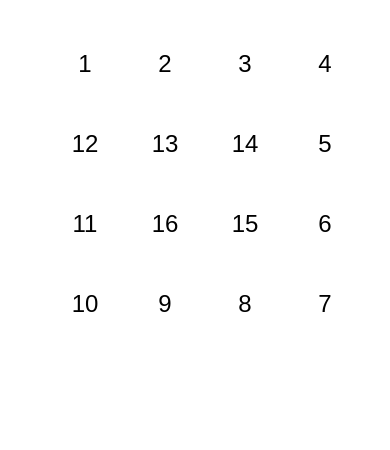
Before: 01_Programmercarl_Series/01_Array/05_generateMatrix/docs/sketch.drawio in ImChong/Practice_LeetCode_C, a draw.io diagram. Source tidied: cells renumbered, new cells numbered last; positions are measured from the earlier drawing's top-left corner, leaving out a move shared by most shapes. Both pictures are drawn from the tidied source at 200%, with x=0, y=0 at pixel (44, 34).
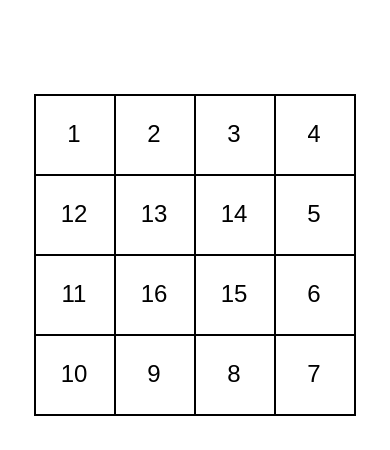
Above is the later version.

Change to the diagram source:
```diff
@@
+    <mxCell id="18" style="shape=table;startSize=0;childLayout=tableLayout;" parent="1" vertex="1">
+      <mxGeometry x="-5" y="30" width="160" height="160" as="geometry" />
+    </mxCell>
+    <mxCell id="19" style="shape=tableRow;horizontal=0;startSize=0;swimlaneHead=0;swimlaneBody=0;top=0;left=0;bottom=0;right=0;fillColor=none;" parent="18" vertex="1">
+      <mxGeometry width="160" height="40" as="geometry" />
+    </mxCell>
-    <mxCell id="2" value="1" style="text;html=1;align=center;verticalAlign=middle;strokeColor=none;fillColor=none;" parent="1" vertex="1">
-      <mxGeometry x="5" width="30" height="30" as="geometry" />
+    <mxCell id="2" value="1" style="shape=partialRectangle;html=1;whiteSpace=wrap;overflow=hidden;fillColor=none;top=0;left=0;bottom=0;right=0;" parent="19" vertex="1">
+      <mxGeometry width="40" height="40" as="geometry" />
     </mxCell>
-    <mxCell id="3" value="2" style="text;html=1;align=center;verticalAlign=middle;strokeColor=none;fillColor=none;" parent="1" vertex="1">
-      <mxGeometry x="45" width="30" height="30" as="geometry" />
+    <mxCell id="3" value="2" style="shape=partialRectangle;html=1;whiteSpace=wrap;overflow=hidden;fillColor=none;top=0;left=0;bottom=0;right=0;" parent="19" vertex="1">
+      <mxGeometry x="40" width="40" height="40" as="geometry" />
     </mxCell>
-    <mxCell id="4" value="3" style="text;html=1;align=center;verticalAlign=middle;strokeColor=none;fillColor=none;" parent="1" vertex="1">
-      <mxGeometry x="85" width="30" height="30" as="geometry" />
+    <mxCell id="4" value="3" style="shape=partialRectangle;html=1;whiteSpace=wrap;overflow=hidden;fillColor=none;top=0;left=0;bottom=0;right=0;" parent="19" vertex="1">
+      <mxGeometry x="80" width="40" height="40" as="geometry" />
     </mxCell>
-    <mxCell id="5" value="4" style="text;html=1;align=center;verticalAlign=middle;strokeColor=none;fillColor=none;" parent="1" vertex="1">
-      <mxGeometry x="125" width="30" height="30" as="geometry" />
+    <mxCell id="5" value="4" style="shape=partialRectangle;html=1;whiteSpace=wrap;overflow=hidden;fillColor=none;top=0;left=0;bottom=0;right=0;" parent="19" vertex="1">
+      <mxGeometry x="120" width="40" height="40" as="geometry" />
     </mxCell>
+    <mxCell id="20" style="shape=tableRow;horizontal=0;startSize=0;swimlaneHead=0;swimlaneBody=0;top=0;left=0;bottom=0;right=0;fillColor=none;" parent="18" vertex="1">
+      <mxGeometry y="40" width="160" height="40" as="geometry" />
+    </mxCell>
-    <mxCell id="6" value="12" style="text;html=1;align=center;verticalAlign=middle;strokeColor=none;fillColor=none;" parent="1" vertex="1">
-      <mxGeometry y="40" width="40" height="30" as="geometry" />
+    <mxCell id="6" value="12" style="shape=partialRectangle;html=1;whiteSpace=wrap;overflow=hidden;fillColor=none;top=0;left=0;bottom=0;right=0;" parent="20" vertex="1">
+      <mxGeometry width="40" height="40" as="geometry" />
     </mxCell>
-    <mxCell id="7" value="13" style="text;html=1;align=center;verticalAlign=middle;strokeColor=none;fillColor=none;" parent="1" vertex="1">
-      <mxGeometry x="40" y="40" width="40" height="30" as="geometry" />
+    <mxCell id="7" value="13" style="shape=partialRectangle;html=1;whiteSpace=wrap;overflow=hidden;fillColor=none;top=0;left=0;bottom=0;right=0;" parent="20" vertex="1">
+      <mxGeometry x="40" width="40" height="40" as="geometry" />
     </mxCell>
-    <mxCell id="8" value="14" style="text;html=1;align=center;verticalAlign=middle;strokeColor=none;fillColor=none;" parent="1" vertex="1">
-      <mxGeometry x="80" y="40" width="40" height="30" as="geometry" />
+    <mxCell id="8" value="14" style="shape=partialRectangle;html=1;whiteSpace=wrap;overflow=hidden;fillColor=none;top=0;left=0;bottom=0;right=0;" parent="20" vertex="1">
+      <mxGeometry x="80" width="40" height="40" as="geometry" />
     </mxCell>
-    <mxCell id="9" value="5" style="text;html=1;align=center;verticalAlign=middle;strokeColor=none;fillColor=none;" parent="1" vertex="1">
-      <mxGeometry x="125" y="40" width="30" height="30" as="geometry" />
+    <mxCell id="9" value="5" style="shape=partialRectangle;html=1;whiteSpace=wrap;overflow=hidden;fillColor=none;top=0;left=0;bottom=0;right=0;" parent="20" vertex="1">
+      <mxGeometry x="120" width="40" height="40" as="geometry" />
     </mxCell>
+    <mxCell id="21" style="shape=tableRow;horizontal=0;startSize=0;swimlaneHead=0;swimlaneBody=0;top=0;left=0;bottom=0;right=0;fillColor=none;" parent="18" vertex="1">
+      <mxGeometry y="80" width="160" height="40" as="geometry" />
+    </mxCell>
-    <mxCell id="10" value="11" style="text;html=1;align=center;verticalAlign=middle;strokeColor=none;fillColor=none;" parent="1" vertex="1">
-      <mxGeometry y="80" width="40" height="30" as="geometry" />
+    <mxCell id="10" value="11" style="shape=partialRectangle;html=1;whiteSpace=wrap;overflow=hidden;fillColor=none;top=0;left=0;bottom=0;right=0;" parent="21" vertex="1">
+      <mxGeometry width="40" height="40" as="geometry" />
     </mxCell>
-    <mxCell id="11" value="16" style="text;html=1;align=center;verticalAlign=middle;strokeColor=none;fillColor=none;" parent="1" vertex="1">
-      <mxGeometry x="40" y="80" width="40" height="30" as="geometry" />
+    <mxCell id="11" value="16" style="shape=partialRectangle;html=1;whiteSpace=wrap;overflow=hidden;fillColor=none;top=0;left=0;bottom=0;right=0;" parent="21" vertex="1">
+      <mxGeometry x="40" width="40" height="40" as="geometry" />
     </mxCell>
-    <mxCell id="12" value="15" style="text;html=1;align=center;verticalAlign=middle;strokeColor=none;fillColor=none;" parent="1" vertex="1">
-      <mxGeometry x="80" y="80" width="40" height="30" as="geometry" />
+    <mxCell id="12" value="15" style="shape=partialRectangle;html=1;whiteSpace=wrap;overflow=hidden;fillColor=none;top=0;left=0;bottom=0;right=0;" parent="21" vertex="1">
+      <mxGeometry x="80" width="40" height="40" as="geometry" />
     </mxCell>
-    <mxCell id="13" value="6" style="text;html=1;align=center;verticalAlign=middle;strokeColor=none;fillColor=none;" parent="1" vertex="1">
-      <mxGeometry x="125" y="80" width="30" height="30" as="geometry" />
+    <mxCell id="13" value="6" style="shape=partialRectangle;html=1;whiteSpace=wrap;overflow=hidden;fillColor=none;top=0;left=0;bottom=0;right=0;" parent="21" vertex="1">
+      <mxGeometry x="120" width="40" height="40" as="geometry" />
     </mxCell>
+    <mxCell id="22" style="shape=tableRow;horizontal=0;startSize=0;swimlaneHead=0;swimlaneBody=0;top=0;left=0;bottom=0;right=0;fillColor=none;" parent="18" vertex="1">
+      <mxGeometry y="120" width="160" height="40" as="geometry" />
+    </mxCell>
-    <mxCell id="14" value="10" style="text;html=1;align=center;verticalAlign=middle;strokeColor=none;fillColor=none;" parent="1" vertex="1">
-      <mxGeometry y="120" width="40" height="30" as="geometry" />
+    <mxCell id="14" value="10" style="shape=partialRectangle;html=1;whiteSpace=wrap;overflow=hidden;fillColor=none;top=0;left=0;bottom=0;right=0;" parent="22" vertex="1">
+      <mxGeometry width="40" height="40" as="geometry" />
     </mxCell>
-    <mxCell id="15" value="9" style="text;html=1;align=center;verticalAlign=middle;strokeColor=none;fillColor=none;" parent="1" vertex="1">
-      <mxGeometry x="45" y="120" width="30" height="30" as="geometry" />
+    <mxCell id="15" value="9" style="shape=partialRectangle;html=1;whiteSpace=wrap;overflow=hidden;fillColor=none;top=0;left=0;bottom=0;right=0;" parent="22" vertex="1">
+      <mxGeometry x="40" width="40" height="40" as="geometry" />
     </mxCell>
-    <mxCell id="16" value="8" style="text;html=1;align=center;verticalAlign=middle;strokeColor=none;fillColor=none;" parent="1" vertex="1">
-      <mxGeometry x="85" y="120" width="30" height="30" as="geometry" />
+    <mxCell id="16" value="8" style="shape=partialRectangle;html=1;whiteSpace=wrap;overflow=hidden;fillColor=none;top=0;left=0;bottom=0;right=0;" parent="22" vertex="1">
+      <mxGeometry x="80" width="40" height="40" as="geometry" />
     </mxCell>
-    <mxCell id="17" value="7" style="text;html=1;align=center;verticalAlign=middle;strokeColor=none;fillColor=none;" parent="1" vertex="1">
-      <mxGeometry x="125" y="120" width="30" height="30" as="geometry" />
+    <mxCell id="17" value="7" style="shape=partialRectangle;html=1;whiteSpace=wrap;overflow=hidden;fillColor=none;top=0;left=0;bottom=0;right=0;" parent="22" vertex="1">
+      <mxGeometry x="120" width="40" height="40" as="geometry" />
     </mxCell>
```
